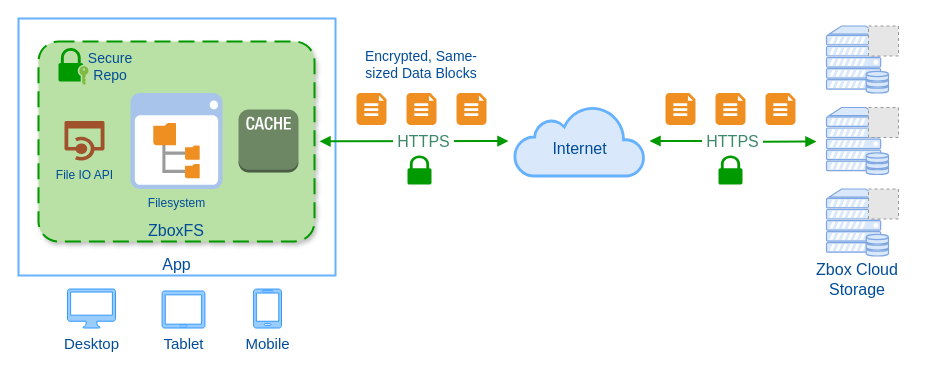
The draw.io diagram design/overview.drawio in zboxfs/zbox-docs, before the edit. Source tidied: cells renumbered, new cells numbered last; positions are measured from the earlier drawing's top-left corner, leaving out a move shared by most shapes. Both pictures are drawn from the tidied source at 100%, with x=0, y=0 at pixel (18, 18). Pictures stored in the file or linked from it are replaced by grey dashed boxes.
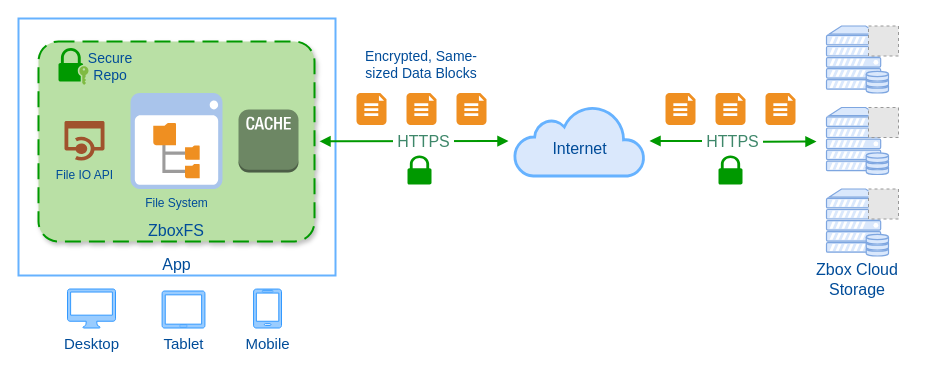
The same page after the edit.

Change to the diagram source:
```diff
@@
-    <mxCell id="7" value="Filesystem" style="shadow=0;dashed=0;html=1;strokeColor=none;fillColor=#A9C4EB;labelPosition=center;verticalLabelPosition=bottom;verticalAlign=top;align=center;shape=mxgraph.veeam.2d.file_system_browser;gradientColor=none;fontColor=#004C99;" parent="1" vertex="1">
+    <mxCell id="7" value="File System" style="shadow=0;dashed=0;html=1;strokeColor=none;fillColor=#A9C4EB;labelPosition=center;verticalLabelPosition=bottom;verticalAlign=top;align=center;shape=mxgraph.veeam.2d.file_system_browser;gradientColor=none;fontColor=#004C99;" parent="1" vertex="1">
       <mxGeometry x="112" y="74.5" width="92" height="96" as="geometry" />
     </mxCell>
```
